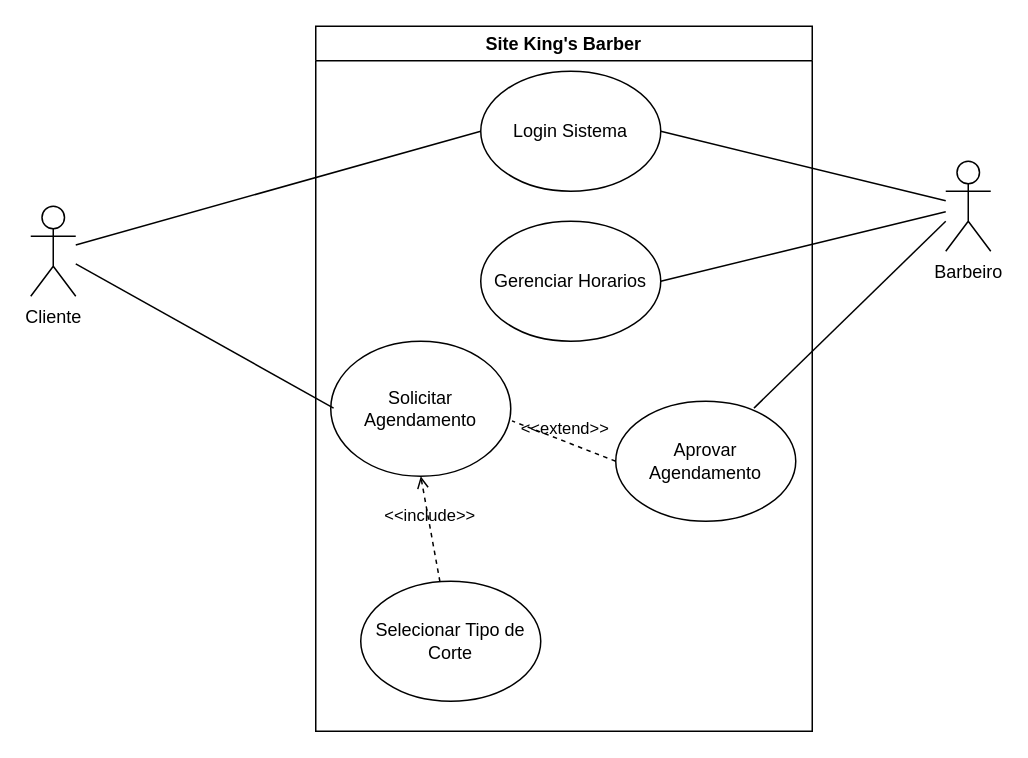
Above: page "Diagrama Caso de Uso" (3 of 4) of Documentação/Fluxograma do Engerária de Software.drawio in danieldeoliveira2348-spec/Projeto-Integrador-Fatec- (draw.io), before the change. Source tidied: cells renumbered, new cells numbered last; positions are measured from the earlier drawing's top-left corner, leaving out a move shared by most shapes. Both pictures are drawn from the tidied source at 150%, with x=0, y=0 at pixel (30, 26).
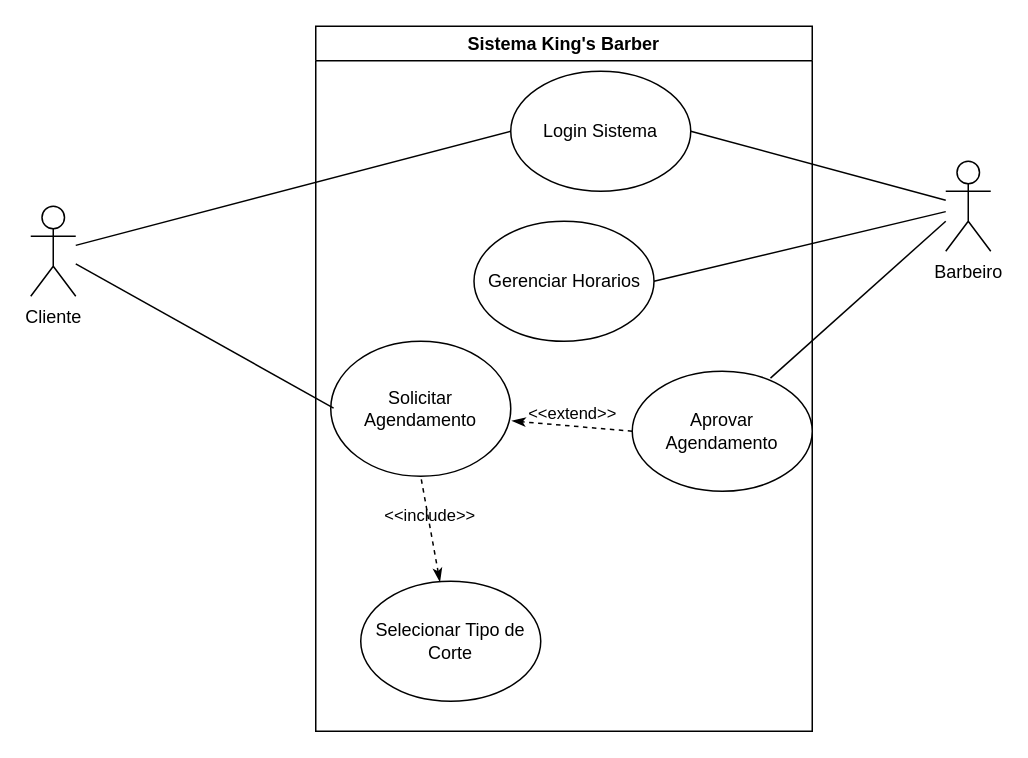
The same page after the edit.

What changed in the source:
```diff
@@
 <mxGraphModel>
   <root>
     <mxCell id="0" />
     <mxCell id="1" parent="0" />
-    <mxCell id="2" value="Site King's Barber" style="swimlane;whiteSpace=wrap;html=1;" parent="1" vertex="1">
+    <mxCell id="2" value="Sistema King's Barber" style="swimlane;whiteSpace=wrap;html=1;" parent="1" vertex="1">
       <mxGeometry x="190" width="331" height="470" as="geometry" />
     </mxCell>
     <mxCell id="3" value="Login Sistema" style="ellipse;whiteSpace=wrap;html=1;shapeInside=1;" parent="2" vertex="1">
-      <mxGeometry x="110" y="30" width="120" height="80" as="geometry" />
+      <mxGeometry x="130" y="30" width="120" height="80" as="geometry" />
     </mxCell>
     <mxCell id="4" value="Gerenciar Horarios" style="ellipse;whiteSpace=wrap;html=1;shapeInside=1;" parent="2" vertex="1">
-      <mxGeometry x="110" y="130" width="120" height="80" as="geometry" />
+      <mxGeometry x="105.5" y="130" width="120" height="80" as="geometry" />
     </mxCell>
     <mxCell id="5" value="Aprovar&lt;div&gt;Agendamento&lt;/div&gt;" style="ellipse;whiteSpace=wrap;html=1;shapeInside=1;" parent="2" vertex="1">
-      <mxGeometry x="200" y="250" width="120" height="80" as="geometry" />
+      <mxGeometry x="211" y="230" width="120" height="80" as="geometry" />
     </mxCell>
     <mxCell id="6" value="Selecionar Tipo de Corte" style="ellipse;whiteSpace=wrap;html=1;shapeInside=1;" parent="2" vertex="1">
       <mxGeometry x="30" y="370" width="120" height="80" as="geometry" />
     </mxCell>
     <mxCell id="7" style="shape=ellipse;perimeter=ellipsePerimeter;horizontal=1;html=1;dashed=0;" parent="2" vertex="1">
       <mxGeometry x="10" y="210" width="120" height="90" as="geometry" />
     </mxCell>
     <mxCell id="8" value="Solicitar Agendamento" style="html=1;strokeColor=none;fillColor=none;align=center;verticalAlign=middle;whiteSpace=wrap;" parent="7" vertex="1">
       <mxGeometry x="2.9" y="26.4" width="114.3" height="37.2" as="geometry" />
     </mxCell>
-    <mxCell id="9" value="&amp;lt;&amp;lt;extend&amp;gt;&amp;gt;" style="html=1;verticalAlign=bottom;labelBackgroundColor=none;endArrow=none;endFill=0;dashed=1;rounded=0;defaultLabelBackgroundColor=page;exitX=0;exitY=0.5;exitDx=0;exitDy=0;entryX=1.007;entryY=0.59;entryDx=0;entryDy=0;entryPerimeter=0;" parent="2" edge="1" source="5" target="7">
+    <mxCell id="9" value="&amp;lt;&amp;lt;extend&amp;gt;&amp;gt;" style="html=1;verticalAlign=bottom;labelBackgroundColor=none;endArrow=classicThin;endFill=1;dashed=1;rounded=0;defaultLabelBackgroundColor=page;exitX=0;exitY=0.5;exitDx=0;exitDy=0;entryX=1.007;entryY=0.59;entryDx=0;entryDy=0;entryPerimeter=0;startArrow=none;startFill=0;" parent="2" edge="1" source="5" target="7">
       <mxGeometry relative="1" as="geometry" />
     </mxCell>
-    <mxCell id="10" value="&amp;lt;&amp;lt;include&amp;gt;&amp;gt;" style="html=1;verticalAlign=bottom;labelBackgroundColor=none;endArrow=open;endFill=0;dashed=1;rounded=0;defaultLabelBackgroundColor=page;entryX=0.5;entryY=1;entryDx=0;entryDy=0;" parent="2" edge="1" source="6" target="7">
+    <mxCell id="10" value="&amp;lt;&amp;lt;include&amp;gt;&amp;gt;" style="html=1;verticalAlign=bottom;labelBackgroundColor=none;endArrow=none;endFill=0;dashed=1;rounded=0;defaultLabelBackgroundColor=page;entryX=0.5;entryY=1;entryDx=0;entryDy=0;startArrow=classicThin;startFill=1;" parent="2" edge="1" source="6" target="7">
       <mxGeometry relative="1" as="geometry" />
     </mxCell>
     <mxCell id="11" value="Cliente" style="shape=umlActor;verticalLabelPosition=bottom;verticalAlign=top;html=1;outlineConnect=0;labelPerimeter=1;" parent="1" vertex="1">
       <mxGeometry y="120" width="30" height="60" as="geometry" />
     </mxCell>
     <mxCell id="12" style="endArrow=none;html=1;rounded=0;defaultLabelBackgroundColor=page;entryX=0;entryY=0.5;entryDx=0;entryDy=0;" parent="1" edge="1" source="11" target="3">
       <mxGeometry relative="1" as="geometry" />
     </mxCell>
     <mxCell id="13" style="endArrow=none;html=1;rounded=0;defaultLabelBackgroundColor=page;entryX=0.016;entryY=0.433;entryDx=0;entryDy=0;entryPerimeter=0;" parent="1" edge="1" source="11">
       <mxGeometry relative="1" as="geometry">
         <mxPoint x="201.9" y="254.6" as="targetPoint" />
       </mxGeometry>
     </mxCell>
     <mxCell id="14" value="&lt;div&gt;Barbeiro&lt;/div&gt;" style="shape=umlActor;verticalLabelPosition=bottom;verticalAlign=top;html=1;outlineConnect=0;labelPerimeter=1;" parent="1" vertex="1">
       <mxGeometry x="610" y="90" width="30" height="60" as="geometry" />
     </mxCell>
     <mxCell id="15" style="endArrow=none;html=1;rounded=0;defaultLabelBackgroundColor=page;entryX=1;entryY=0.5;entryDx=0;entryDy=0;" parent="1" edge="1" source="14" target="3">
       <mxGeometry relative="1" as="geometry" />
     </mxCell>
     <mxCell id="16" style="endArrow=none;html=1;rounded=0;defaultLabelBackgroundColor=page;exitX=1;exitY=0.5;exitDx=0;exitDy=0;" parent="1" edge="1" source="4" target="14">
       <mxGeometry relative="1" as="geometry" />
     </mxCell>
     <mxCell id="17" style="endArrow=none;html=1;rounded=0;defaultLabelBackgroundColor=page;exitX=0.768;exitY=0.057;exitDx=0;exitDy=0;exitPerimeter=0;" parent="1" edge="1" source="5">
       <mxGeometry relative="1" as="geometry">
         <mxPoint x="610" y="130" as="targetPoint" />
       </mxGeometry>
     </mxCell>
   </root>
 </mxGraphModel>
```
